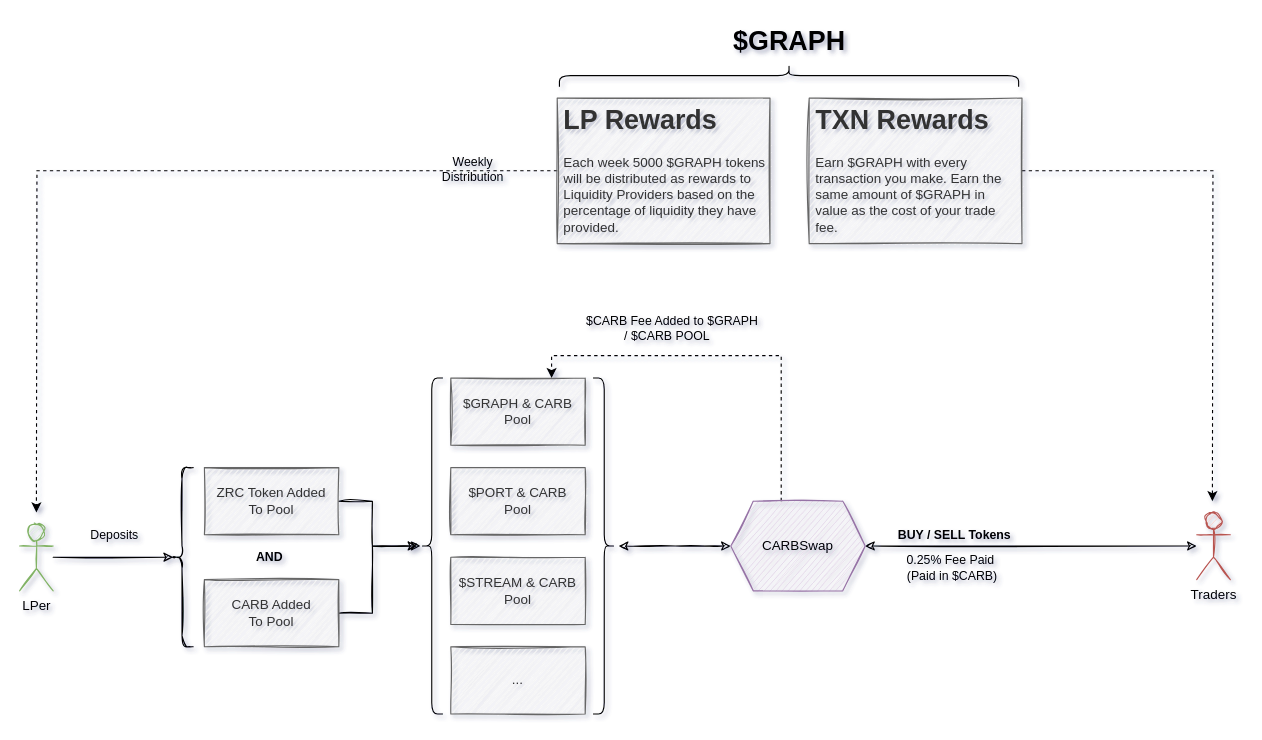
This is CarbSwapGraph.drawio from Carbon-Labs/Diagrams, a draw.io file, before an edit. Source tidied: cells renumbered, new cells numbered last; positions are measured from the earlier drawing's top-left corner, leaving out a move shared by most shapes. Both pictures are drawn from the tidied source at 112%, with x=0, y=0 at pixel (19, -155).
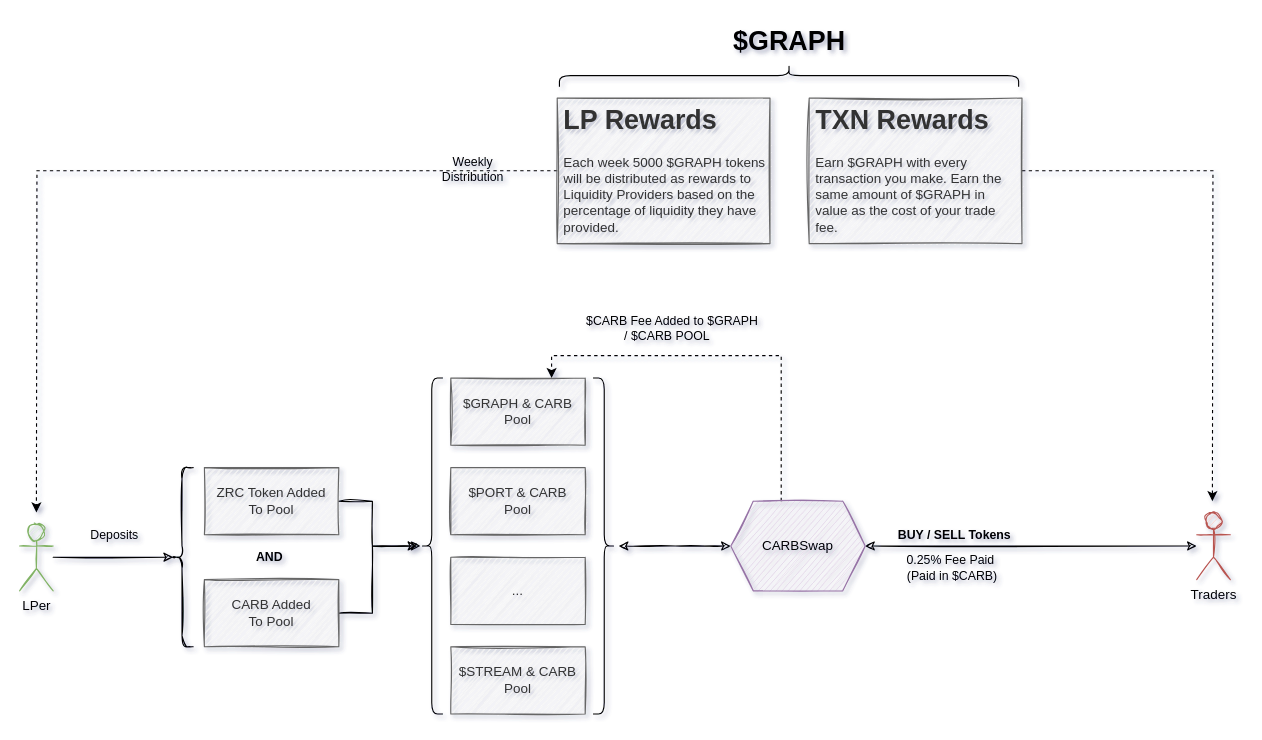
The same diagram, later.

Diff of the diagram source:
```diff
@@
-    <mxCell id="28" value="$STREAM &amp;amp; CARB&lt;br&gt;Pool" style="rounded=0;whiteSpace=wrap;html=1;sketch=1;fillColor=#f5f5f5;strokeColor=#666666;fontColor=#333333;" parent="1" vertex="1">
+    <mxCell id="28" value="..." style="rounded=0;whiteSpace=wrap;html=1;sketch=1;fillColor=#f5f5f5;strokeColor=#666666;fontColor=#333333;" parent="1" vertex="1">
       <mxGeometry x="385" y="635" width="120" height="60" as="geometry" />
     </mxCell>
-    <mxCell id="29" value="..." style="rounded=0;whiteSpace=wrap;html=1;sketch=1;fillColor=#f5f5f5;strokeColor=#666666;fontColor=#333333;" parent="1" vertex="1">
+    <mxCell id="29" value="$STREAM &amp;amp; CARB&lt;br&gt;Pool" style="rounded=0;whiteSpace=wrap;html=1;sketch=1;fillColor=#f5f5f5;strokeColor=#666666;fontColor=#333333;" parent="1" vertex="1">
       <mxGeometry x="385" y="715" width="120" height="60" as="geometry" />
     </mxCell>
```
